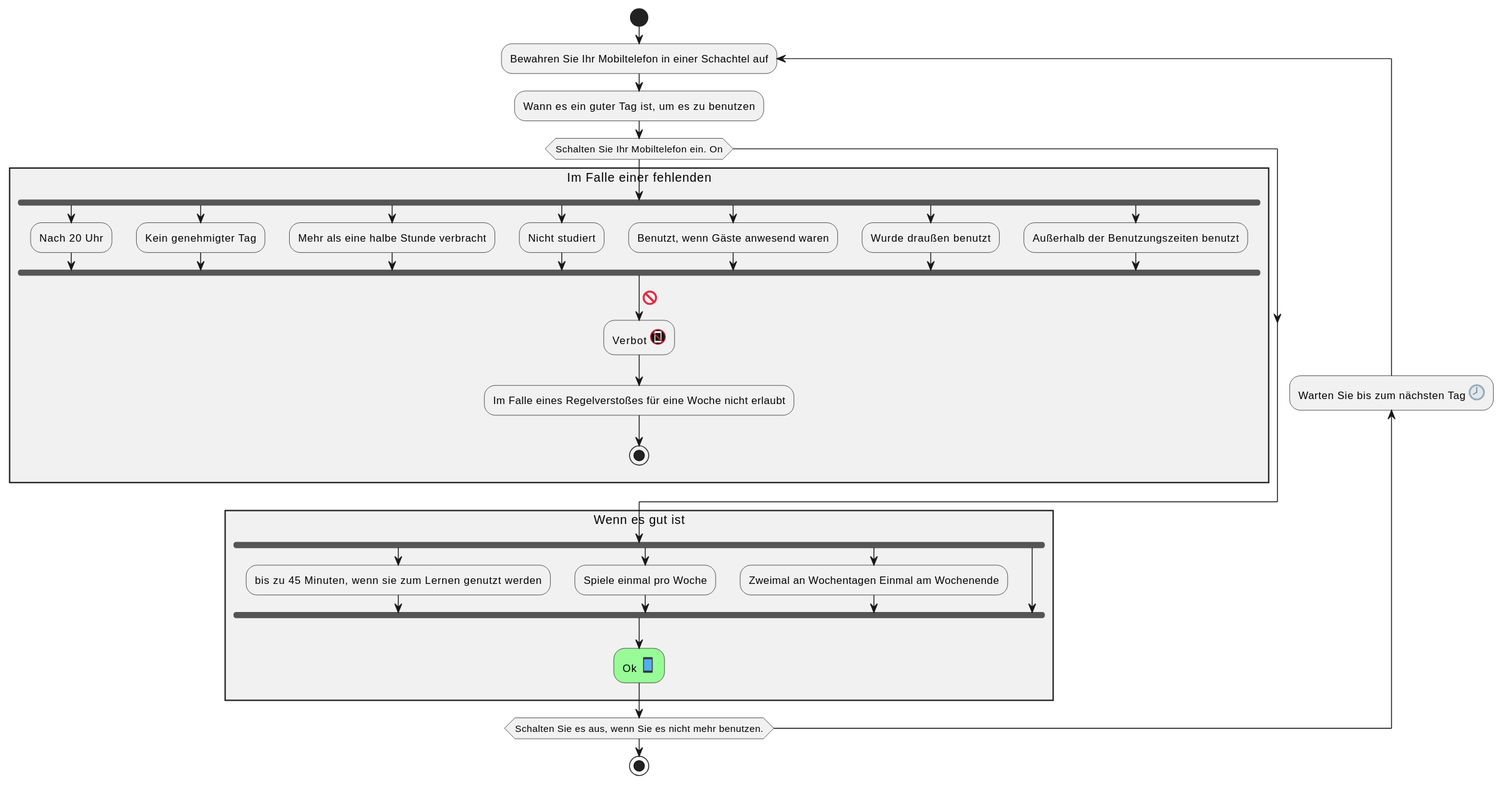
Earlier version of the PlantUML export diagram-de.svg (atcheri/smartphone-usage-activity-diagram).
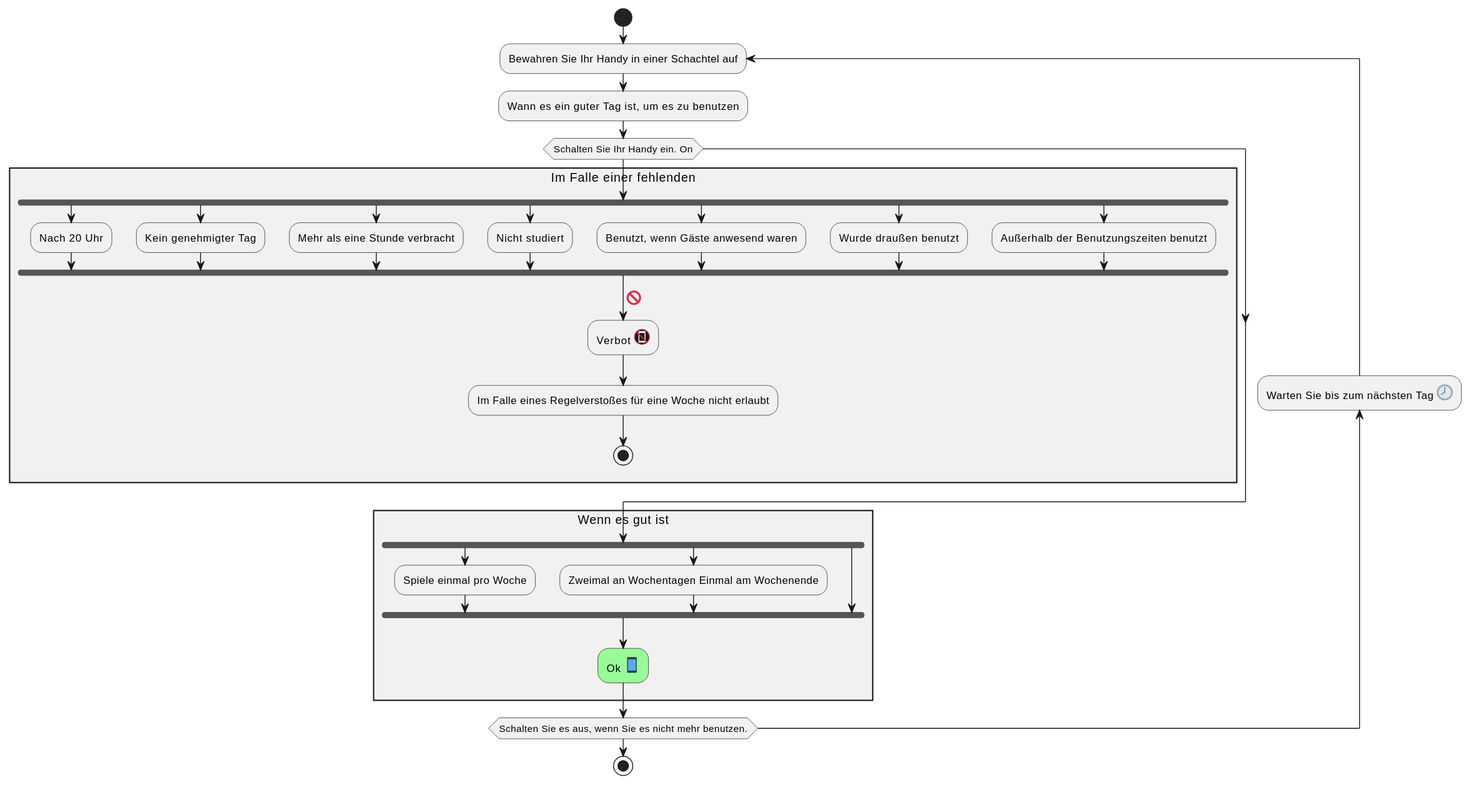
The same diagram one commit later.

Diff of the diagram source:
```diff
@@ -5,16 +5,16 @@
 !$greenOk = "#PaleGreen:Ok"
 !$iphone = "<:1f4f1:>"
 start
-repeat :Bewahren Sie Ihr Mobiltelefon in einer Schachtel auf;
+repeat :Bewahren Sie Ihr Handy in einer Schachtel auf;
 :Wann es ein guter Tag ist, um es zu benutzen;
-if (Schalten Sie Ihr Mobiltelefon ein. On) then
+if (Schalten Sie Ihr Handy ein. On) then
   rectangle "Im Falle einer fehlenden" {
     fork
       :Nach 20 Uhr;
     fork again
       :Kein genehmigter Tag;
     fork again
-      :Mehr als eine halbe Stunde verbracht;
+      :Mehr als eine Stunde verbracht;
     fork again
       :Nicht studiert;
     fork again
@@ -33,8 +33,6 @@
 backward:Warten Sie bis zum nächsten Tag <:1f557:>;
 rectangle "Wenn es gut ist" {
   fork
-    :bis zu 45 Minuten, wenn sie zum Lernen genutzt werden;
-  fork again
     :Spiele einmal pro Woche;
   fork again
     :Zweimal an Wochentagen Einmal am Wochenende;
```
